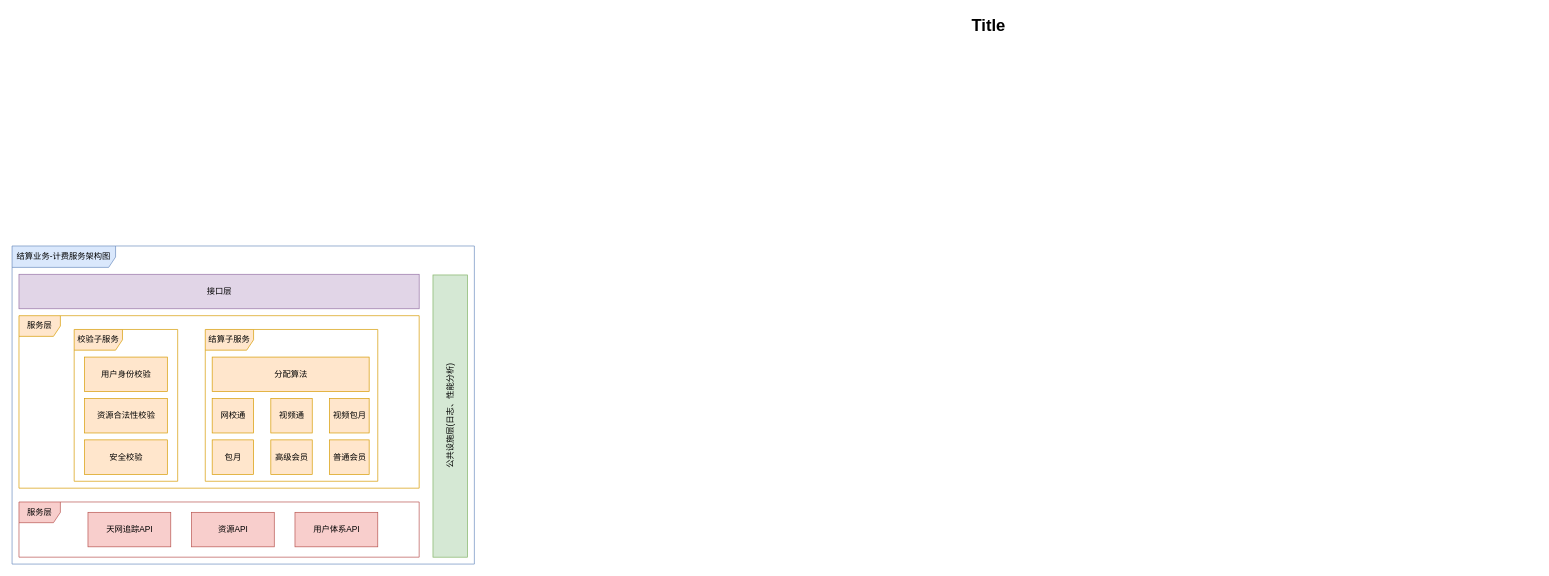
Above: Untitled Diagram.drawio in wangrusheng/k (draw.io), before the change. Source tidied: cells renumbered, new cells numbered last; positions are measured from the earlier drawing's top-left corner, leaving out a move shared by most shapes. Both pictures are drawn from the tidied source at 69%, with x=0, y=0 at pixel (12, 12).
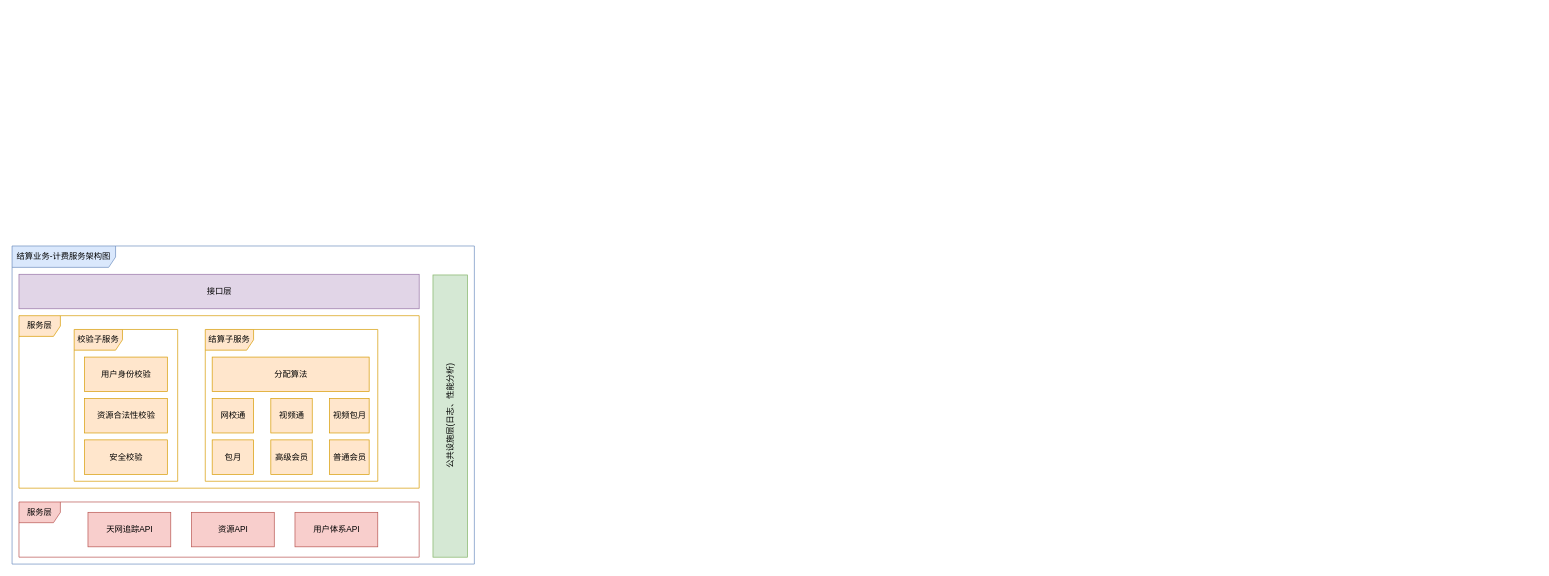
The same page after the edit.

Commit message:
结算业务-计费服务架构图.drawio

Diff of the diagram source:
```diff
@@
-    <mxCell id="2" value="Title" style="text;strokeColor=none;fillColor=none;html=1;fontSize=24;fontStyle=1;verticalAlign=middle;align=center;" parent="1" vertex="1">
-      <mxGeometry x="620" width="1590" height="40" as="geometry" />
-    </mxCell>
```
